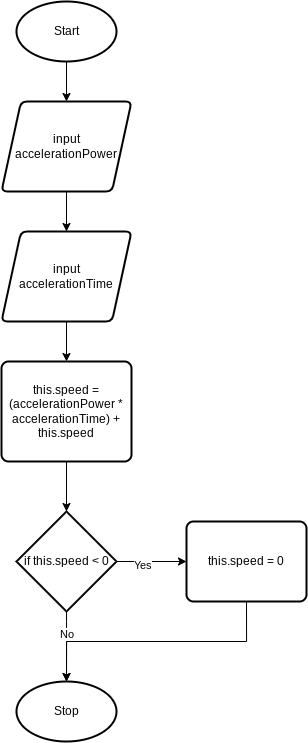
Before: Design/Unit2-accelerate.png, a diagram exported from draw.io (dbcalitis/ics4u-unit2-05-typescript). Source tidied: cells renumbered, new cells last; positions are measured from the earlier drawing's top-left corner, leaving out a move shared by most shapes.
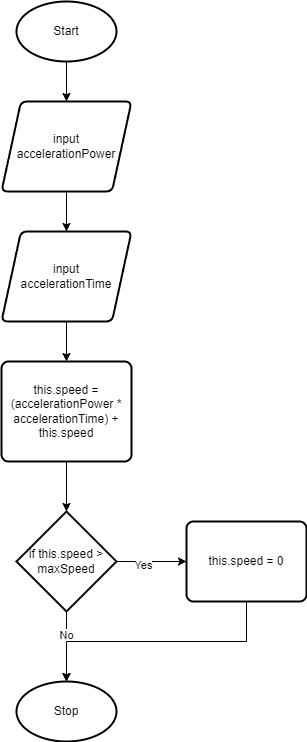
Later version of the same file.

The edit, as a diff of the source:
```diff
@@ -43,7 +43,7 @@
     <mxCell id="13" value="No" style="edgeLabel;html=1;align=center;verticalAlign=middle;" parent="12" vertex="1">
       <mxGeometry x="-0.35" y="-1" relative="1" as="geometry" />
     </mxCell>
-    <mxCell id="14" value="if this.speed &amp;lt; 0" style="strokeWidth=2;html=1;shape=mxgraph.flowchart.decision;whiteSpace=wrap;" parent="1" vertex="1">
+    <mxCell id="14" value="if this.speed &amp;gt; maxSpeed" style="strokeWidth=2;html=1;shape=mxgraph.flowchart.decision;whiteSpace=wrap;" parent="1" vertex="1">
       <mxGeometry x="15" y="510" width="100" height="100" as="geometry" />
     </mxCell>
     <mxCell id="15" style="edgeStyle=orthogonalEdgeStyle;html=1;exitX=0.5;exitY=1;exitDx=0;exitDy=0;entryX=0.5;entryY=0;entryDx=0;entryDy=0;entryPerimeter=0;rounded=0;" parent="1" edge="1" source="16" target="17">
```
